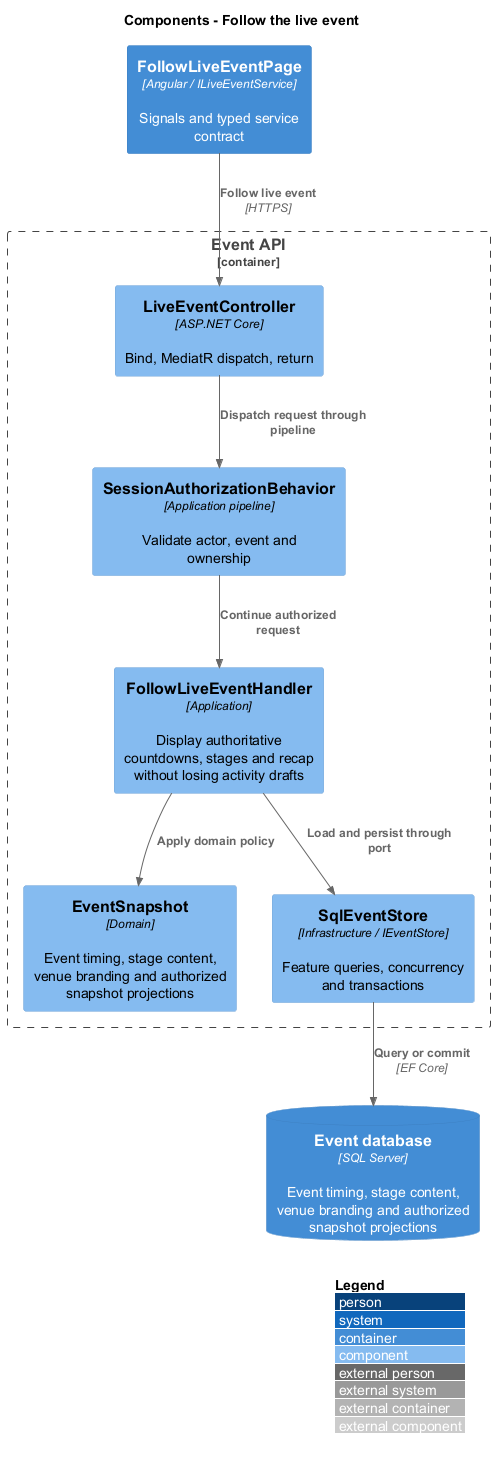
Above: docs/detailed-designs/event-flow/follow-live-event/diagrams/c4-component.png in QuinntyneBrown/faithtech-toronto-ai-build-event (PlantUML), before the change. The source it was exported from:
```plantuml
@startuml
!include <C4/C4_Component>
LAYOUT_WITH_LEGEND()
title Components - Follow the live event
Container(ui, "FollowLiveEventPage", "Angular / ILiveEventService", "Signals and typed service contract")
Container_Boundary(api, "Event API") {
Component(ctrl, "LiveEventController", "ASP.NET Core", "Bind, MediatR dispatch, return")
Component(gate, "SessionAuthorizationBehavior", "Application pipeline", "Validate actor, event and ownership")
Component(handler, "FollowLiveEventHandler", "Application", "Display authoritative countdowns, stages and recap without losing activity drafts")
Component(entity, "EventSnapshot", "Domain", "Event timing, stage content, venue branding and authorized snapshot projections")
Component(store, "SqlEventStore", "Infrastructure / IEventStore", "Feature queries, concurrency and transactions")
}
ContainerDb(db, "Event database", "SQL Server", "Event timing, stage content, venue branding and authorized snapshot projections")
Rel(ui, ctrl, "Follow live event", "HTTPS")
Rel(ctrl, gate, "Dispatch request through pipeline")
Rel(gate, handler, "Continue authorized request")
Rel(handler, entity, "Apply domain policy")
Rel(handler, store, "Load and persist through port")
Rel(store, db, "Query or commit", "EF Core")
@enduml
```
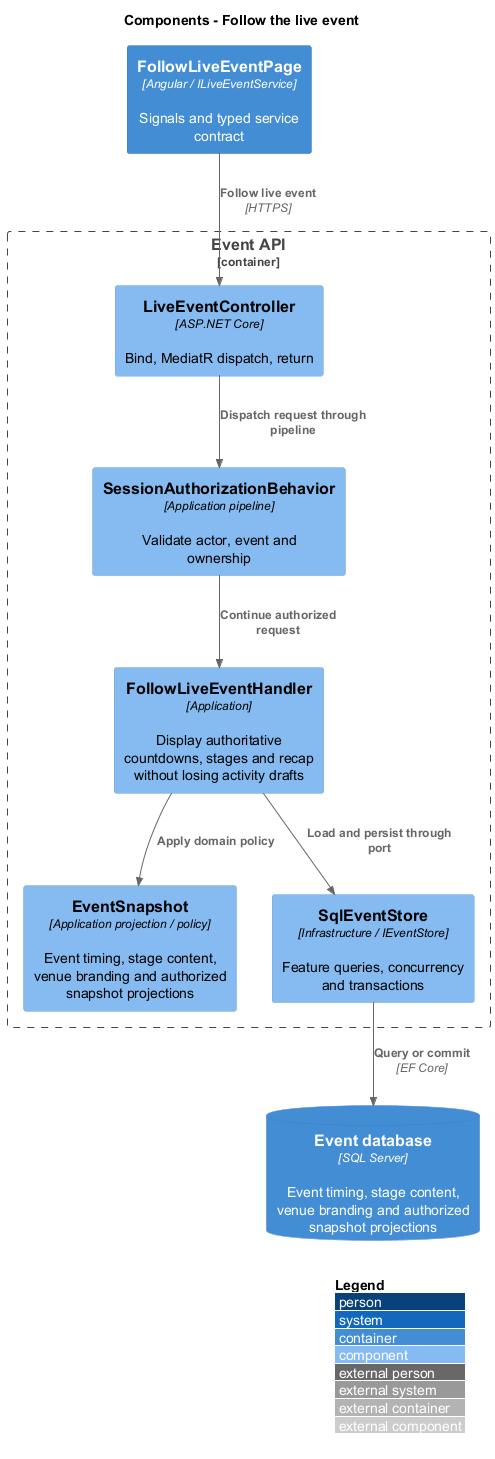
After the commit.

What changed in the source:
```diff
@@ -7,7 +7,7 @@
 Component(ctrl, "LiveEventController", "ASP.NET Core", "Bind, MediatR dispatch, return")
 Component(gate, "SessionAuthorizationBehavior", "Application pipeline", "Validate actor, event and ownership")
 Component(handler, "FollowLiveEventHandler", "Application", "Display authoritative countdowns, stages and recap without losing activity drafts")
-Component(entity, "EventSnapshot", "Domain", "Event timing, stage content, venue branding and authorized snapshot projections")
+Component(entity, "EventSnapshot", "Application projection / policy", "Event timing, stage content, venue branding and authorized snapshot projections")
 Component(store, "SqlEventStore", "Infrastructure / IEventStore", "Feature queries, concurrency and transactions")
 }
 ContainerDb(db, "Event database", "SQL Server", "Event timing, stage content, venue branding and authorized snapshot projections")
```
